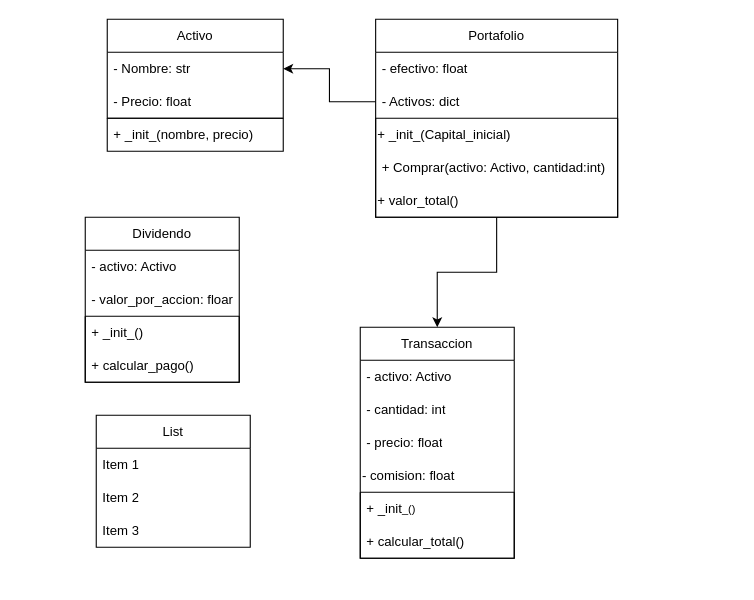
Earlier version of the draw.io diagram Diagrama sin título.drawio (juanfeolguin123-cmyk/portafolio-de-inversion). Source tidied: cells renumbered, new cells numbered last; positions are measured from the earlier drawing's top-left corner, leaving out a move shared by most shapes. Both pictures are drawn from the tidied source at 110%, with x=0, y=0 at pixel (85, 19).
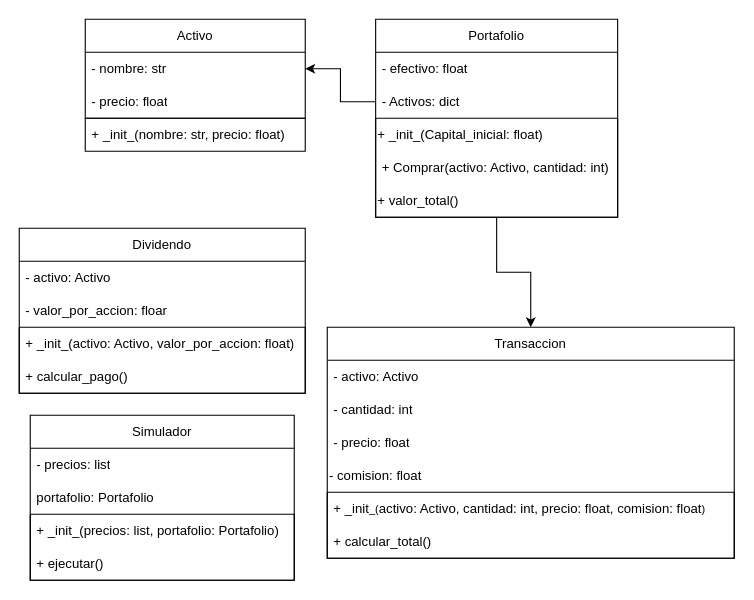
After the change.

The change refers to these unchanged cells:
```xml
<mxCell id="11" style="swimlane;fontStyle=0;horizontal=1;startSize=0;whiteSpace=wrap;html=1;" parent="8" vertex="1">
  <mxGeometry y="90" width="220" height="90" as="geometry" />
</mxCell>
```

Diff of the diagram source:
```diff
@@
     <mxCell id="2" style="group;" parent="1" vertex="1">
-      <mxGeometry x="20" width="160" height="180" as="geometry" />
+      <mxGeometry width="200" height="180" as="geometry" />
     </mxCell>
     <mxCell id="3" value="Activo" style="swimlane;fontStyle=0;horizontal=1;startSize=30;whiteSpace=wrap;html=1;" parent="2" vertex="1">
-      <mxGeometry width="160" height="90" as="geometry" />
+      <mxGeometry width="200" height="90" as="geometry" />
     </mxCell>
-    <mxCell id="4" value="- Nombre: str" style="text;strokeColor=none;fillColor=none;align=left;verticalAlign=middle;spacingLeft=4;spacingRight=4;overflow=hidden;whiteSpace=wrap;html=1;" parent="2" vertex="1">
-      <mxGeometry y="30" width="160" height="30" as="geometry" />
+    <mxCell id="4" value="- nombre: str" style="text;strokeColor=none;fillColor=none;align=left;verticalAlign=middle;spacingLeft=4;spacingRight=4;overflow=hidden;whiteSpace=wrap;html=1;" parent="2" vertex="1">
+      <mxGeometry y="30" width="200" height="30" as="geometry" />
     </mxCell>
-    <mxCell id="5" value="- Precio: float" style="text;strokeColor=none;fillColor=none;align=left;verticalAlign=middle;spacingLeft=4;spacingRight=4;overflow=hidden;whiteSpace=wrap;html=1;" parent="2" vertex="1">
-      <mxGeometry y="60" width="160" height="30" as="geometry" />
+    <mxCell id="5" value="- precio: float" style="text;strokeColor=none;fillColor=none;align=left;verticalAlign=middle;spacingLeft=4;spacingRight=4;overflow=hidden;whiteSpace=wrap;html=1;" parent="2" vertex="1">
+      <mxGeometry y="60" width="200" height="30" as="geometry" />
     </mxCell>
     <mxCell id="6" style="swimlane;fontStyle=0;horizontal=1;startSize=0;whiteSpace=wrap;html=1;" parent="2" vertex="1">
-      <mxGeometry y="90" width="160" height="30" as="geometry" />
+      <mxGeometry y="90" width="200" height="30" as="geometry" />
     </mxCell>
-    <mxCell id="7" value="+ _init_(nombre, precio)" style="text;strokeColor=none;fillColor=none;align=left;verticalAlign=middle;spacingLeft=4;spacingRight=4;overflow=hidden;whiteSpace=wrap;html=1;" parent="6" vertex="1">
-      <mxGeometry width="160" height="30" as="geometry" />
+    <mxCell id="7" value="+ _init_(nombre: str, precio: float)" style="text;strokeColor=none;fillColor=none;align=left;verticalAlign=middle;spacingLeft=4;spacingRight=4;overflow=hidden;whiteSpace=wrap;html=1;" parent="6" vertex="1">
+      <mxGeometry width="200" height="30" as="geometry" />
     </mxCell>
@@
-    <mxCell id="12" value="+ _init_(Capital_inicial)" style="text;html=1;whiteSpace=wrap;strokeColor=none;fillColor=none;align=left;verticalAlign=middle;rounded=0;" parent="11" vertex="1">
+    <mxCell id="12" value="+ _init_(Capital_inicial: float)" style="text;html=1;whiteSpace=wrap;strokeColor=none;fillColor=none;align=left;verticalAlign=middle;rounded=0;" parent="11" vertex="1">
       <mxGeometry width="220" height="30" as="geometry" />
     </mxCell>
-    <mxCell id="13" value="+ Comprar(activo: Activo, cantidad:int)" style="text;strokeColor=none;fillColor=none;align=left;verticalAlign=middle;spacingLeft=4;spacingRight=4;overflow=hidden;whiteSpace=wrap;html=1;" parent="11" vertex="1">
+    <mxCell id="13" value="+ Comprar(activo: Activo, cantidad: int)" style="text;strokeColor=none;fillColor=none;align=left;verticalAlign=middle;spacingLeft=4;spacingRight=4;overflow=hidden;whiteSpace=wrap;html=1;" parent="11" vertex="1">
       <mxGeometry y="30" width="220" height="30" as="geometry" />
     </mxCell>
@@
     <mxCell id="16" value="Transaccion" style="swimlane;fontStyle=0;horizontal=1;startSize=30;whiteSpace=wrap;html=1;" parent="1" vertex="1">
-      <mxGeometry x="250" y="280" width="140" height="210" as="geometry" />
+      <mxGeometry x="220" y="280" width="370" height="210" as="geometry" />
     </mxCell>
     <mxCell id="17" value="- activo: Activo" style="text;strokeColor=none;fillColor=none;align=left;verticalAlign=middle;spacingLeft=4;spacingRight=4;overflow=hidden;whiteSpace=wrap;html=1;" parent="16" vertex="1">
-      <mxGeometry y="30" width="140" height="30" as="geometry" />
+      <mxGeometry y="30" width="370" height="30" as="geometry" />
     </mxCell>
     <mxCell id="18" value="- cantidad: int" style="text;strokeColor=none;fillColor=none;align=left;verticalAlign=middle;spacingLeft=4;spacingRight=4;overflow=hidden;whiteSpace=wrap;html=1;" parent="16" vertex="1">
-      <mxGeometry y="60" width="140" height="30" as="geometry" />
+      <mxGeometry y="60" width="370" height="30" as="geometry" />
     </mxCell>
     <mxCell id="19" value="- precio: float" style="text;strokeColor=none;fillColor=none;align=left;verticalAlign=middle;spacingLeft=4;spacingRight=4;overflow=hidden;whiteSpace=wrap;html=1;" parent="16" vertex="1">
-      <mxGeometry y="90" width="140" height="30" as="geometry" />
+      <mxGeometry y="90" width="370" height="30" as="geometry" />
     </mxCell>
     <mxCell id="20" value="- comision: float" style="text;html=1;whiteSpace=wrap;strokeColor=none;fillColor=none;align=left;verticalAlign=middle;rounded=0;" parent="16" vertex="1">
-      <mxGeometry y="120" width="140" height="30" as="geometry" />
+      <mxGeometry y="120" width="370" height="30" as="geometry" />
     </mxCell>
     <mxCell id="21" style="swimlane;fontStyle=0;horizontal=1;startSize=0;whiteSpace=wrap;html=1;" parent="16" vertex="1">
-      <mxGeometry y="150" width="140" height="60" as="geometry" />
+      <mxGeometry y="150" width="370" height="60" as="geometry" />
     </mxCell>
-    <mxCell id="22" value="+ _init&lt;span style=&quot;font-size: 10px;&quot;&gt;_()&lt;/span&gt;" style="text;strokeColor=none;fillColor=none;align=left;verticalAlign=middle;spacingLeft=4;spacingRight=4;overflow=hidden;whiteSpace=wrap;html=1;" parent="21" vertex="1">
-      <mxGeometry width="140" height="30" as="geometry" />
+    <mxCell id="22" value="+ _init&lt;span style=&quot;font-size: 10px;&quot;&gt;_(&lt;/span&gt;activo: Activo, cantidad: int, precio: float, comision: float&lt;span style=&quot;font-size: 10px;&quot;&gt;)&lt;/span&gt;" style="text;strokeColor=none;fillColor=none;align=left;verticalAlign=middle;spacingLeft=4;spacingRight=4;overflow=hidden;whiteSpace=wrap;html=1;" parent="21" vertex="1">
+      <mxGeometry width="370" height="30" as="geometry" />
     </mxCell>
     <mxCell id="23" value="+ calcular_total()" style="text;strokeColor=none;fillColor=none;align=left;verticalAlign=middle;spacingLeft=4;spacingRight=4;overflow=hidden;whiteSpace=wrap;html=1;" parent="21" vertex="1">
-      <mxGeometry y="30" width="140" height="30" as="geometry" />
+      <mxGeometry y="30" width="370" height="30" as="geometry" />
     </mxCell>
@@
     <mxCell id="25" value="Dividendo" style="swimlane;fontStyle=0;horizontal=1;startSize=30;whiteSpace=wrap;html=1;" parent="1" vertex="1">
-      <mxGeometry y="180" width="140" height="150" as="geometry" />
+      <mxGeometry x="-60" y="190" width="260" height="150" as="geometry" />
     </mxCell>
     <mxCell id="26" value="- activo: Activo" style="text;strokeColor=none;fillColor=none;align=left;verticalAlign=middle;spacingLeft=4;spacingRight=4;overflow=hidden;whiteSpace=wrap;html=1;" parent="25" vertex="1">
-      <mxGeometry y="30" width="140" height="30" as="geometry" />
+      <mxGeometry y="30" width="260" height="30" as="geometry" />
     </mxCell>
     <mxCell id="27" value="- valor_por_accion: floar" style="text;strokeColor=none;fillColor=none;align=left;verticalAlign=middle;spacingLeft=4;spacingRight=4;overflow=hidden;whiteSpace=wrap;html=1;" parent="25" vertex="1">
-      <mxGeometry y="60" width="140" height="30" as="geometry" />
+      <mxGeometry y="60" width="260" height="30" as="geometry" />
     </mxCell>
     <mxCell id="28" style="swimlane;fontStyle=0;horizontal=1;startSize=0;whiteSpace=wrap;html=1;" parent="25" vertex="1">
-      <mxGeometry y="90" width="140" height="60" as="geometry" />
+      <mxGeometry y="90" width="260" height="60" as="geometry" />
     </mxCell>
-    <mxCell id="29" value="+ _init_()" style="text;strokeColor=none;fillColor=none;align=left;verticalAlign=middle;spacingLeft=4;spacingRight=4;overflow=hidden;whiteSpace=wrap;html=1;" parent="28" vertex="1">
-      <mxGeometry width="140" height="30" as="geometry" />
+    <mxCell id="29" value="+ _init_(activo: Activo, valor_por_accion: float)" style="text;strokeColor=none;fillColor=none;align=left;verticalAlign=middle;spacingLeft=4;spacingRight=4;overflow=hidden;whiteSpace=wrap;html=1;" parent="28" vertex="1">
+      <mxGeometry width="260" height="30" as="geometry" />
     </mxCell>
     <mxCell id="30" value="+ calcular_pago()" style="text;strokeColor=none;fillColor=none;align=left;verticalAlign=middle;spacingLeft=4;spacingRight=4;overflow=hidden;whiteSpace=wrap;html=1;" parent="28" vertex="1">
-      <mxGeometry y="30" width="140" height="30" as="geometry" />
+      <mxGeometry y="30" width="260" height="30" as="geometry" />
     </mxCell>
-    <mxCell id="31" value="List" style="swimlane;fontStyle=0;horizontal=1;startSize=30;whiteSpace=wrap;html=1;" parent="1" vertex="1">
-      <mxGeometry x="10" y="360" width="140" height="120" as="geometry" />
+    <mxCell id="31" value="Simulador" style="swimlane;fontStyle=0;horizontal=1;startSize=30;whiteSpace=wrap;html=1;" parent="1" vertex="1">
+      <mxGeometry x="-50" y="360" width="240" height="150" as="geometry" />
     </mxCell>
-    <mxCell id="32" value="Item 1" style="text;strokeColor=none;fillColor=none;align=left;verticalAlign=middle;spacingLeft=4;spacingRight=4;overflow=hidden;whiteSpace=wrap;html=1;" parent="31" vertex="1">
-      <mxGeometry y="30" width="140" height="30" as="geometry" />
+    <mxCell id="32" value="- precios: list" style="text;strokeColor=none;fillColor=none;align=left;verticalAlign=middle;spacingLeft=4;spacingRight=4;overflow=hidden;whiteSpace=wrap;html=1;" parent="31" vertex="1">
+      <mxGeometry y="30" width="240" height="30" as="geometry" />
     </mxCell>
-    <mxCell id="33" value="Item 2" style="text;strokeColor=none;fillColor=none;align=left;verticalAlign=middle;spacingLeft=4;spacingRight=4;overflow=hidden;whiteSpace=wrap;html=1;" parent="31" vertex="1">
-      <mxGeometry y="60" width="140" height="30" as="geometry" />
+    <mxCell id="33" value="portafolio: Portafolio" style="text;strokeColor=none;fillColor=none;align=left;verticalAlign=middle;spacingLeft=4;spacingRight=4;overflow=hidden;whiteSpace=wrap;html=1;" parent="31" vertex="1">
+      <mxGeometry y="60" width="240" height="30" as="geometry" />
     </mxCell>
-    <mxCell id="34" value="Item 3" style="text;strokeColor=none;fillColor=none;align=left;verticalAlign=middle;spacingLeft=4;spacingRight=4;overflow=hidden;whiteSpace=wrap;html=1;" parent="31" vertex="1">
-      <mxGeometry y="90" width="140" height="30" as="geometry" />
-    </mxCell>
+    <mxCell id="35" style="swimlane;fontStyle=0;horizontal=1;startSize=0;whiteSpace=wrap;html=1;" parent="31" vertex="1">
+      <mxGeometry y="90" width="240" height="60" as="geometry" />
+    </mxCell>
+    <mxCell id="36" value="+ _init_(precios: list, portafolio: Portafolio)" style="text;strokeColor=none;fillColor=none;align=left;verticalAlign=middle;spacingLeft=4;spacingRight=4;overflow=hidden;whiteSpace=wrap;html=1;" parent="35" vertex="1">
+      <mxGeometry width="240" height="30" as="geometry" />
+    </mxCell>
+    <mxCell id="37" value="+ ejecutar()" style="text;strokeColor=none;fillColor=none;align=left;verticalAlign=middle;spacingLeft=4;spacingRight=4;overflow=hidden;whiteSpace=wrap;html=1;" parent="35" vertex="1">
+      <mxGeometry y="30" width="240" height="30" as="geometry" />
+    </mxCell>
```
